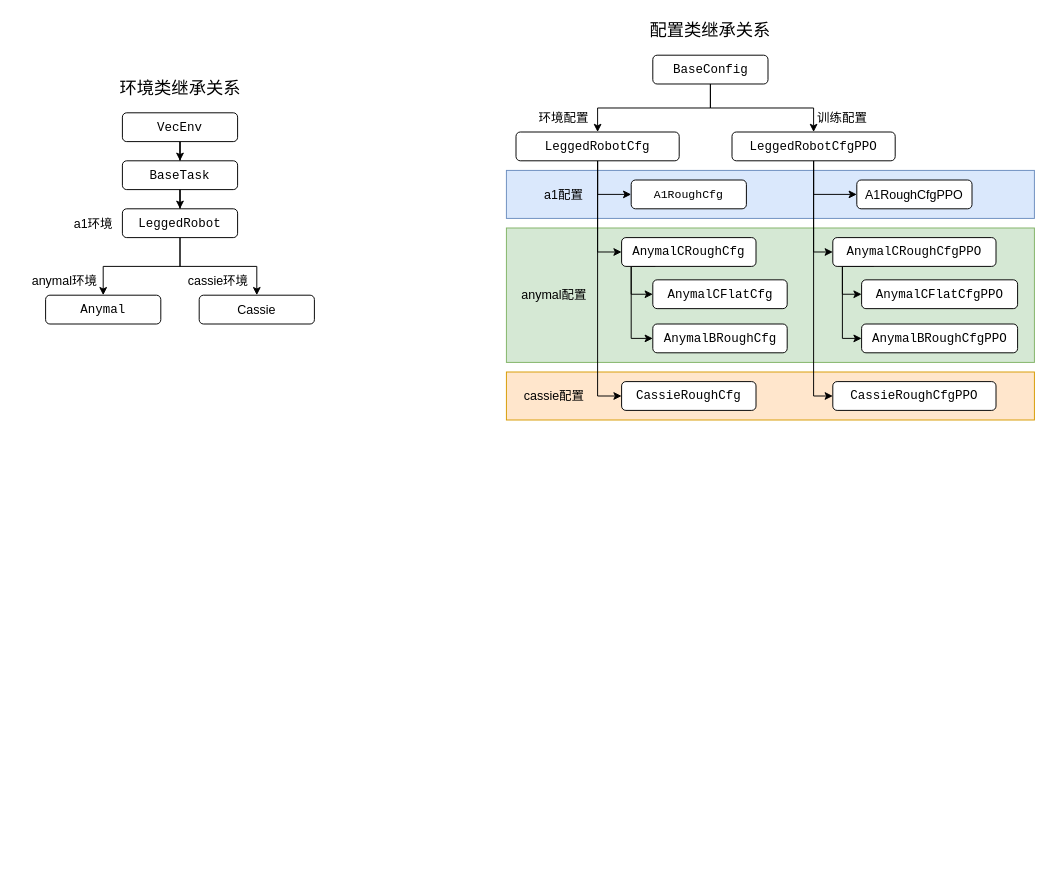
This is legged_gym.drawio from ChenZheng29/mm_legged_gym, a draw.io file, before an edit. Source tidied: cells renumbered, new cells numbered last; positions are measured from the earlier drawing's top-left corner, leaving out a move shared by most shapes. Both pictures are drawn from the tidied source at 96%, with x=0, y=0 at pixel (26, 16).
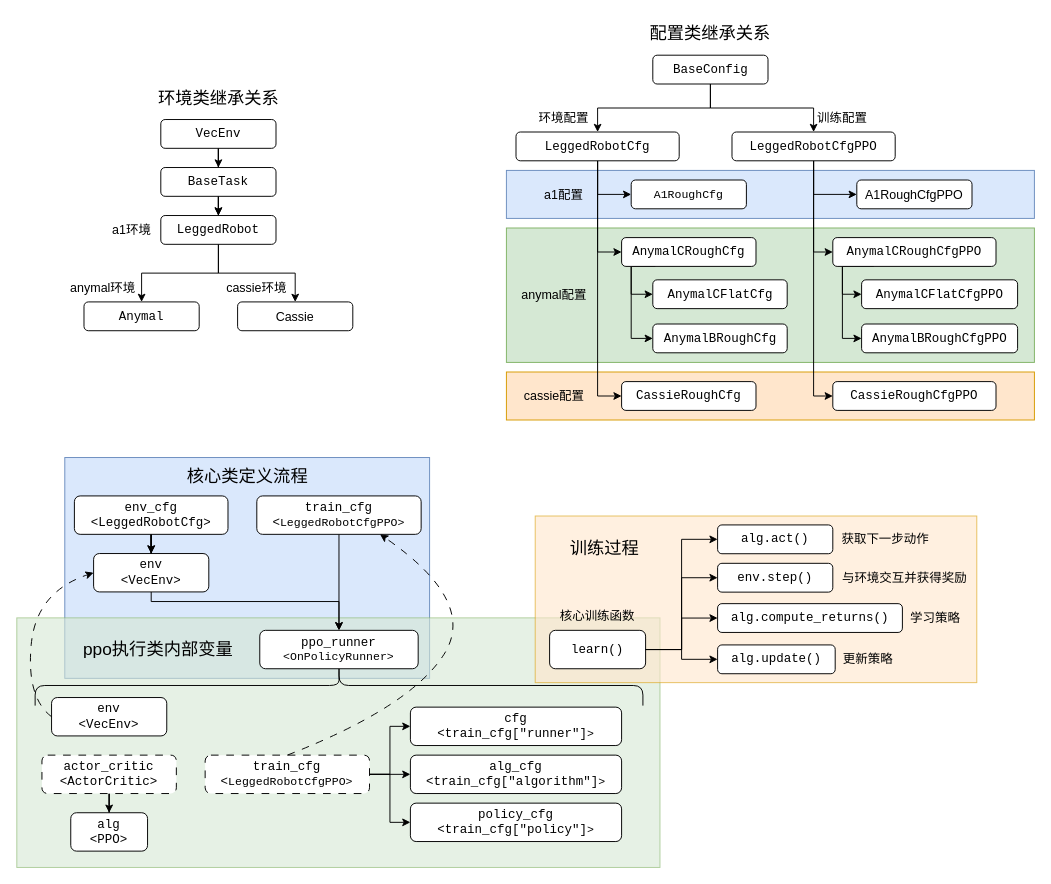
The same diagram, later.

Change to the diagram source:
```diff
@@
+    <mxCell id="49" style="whiteSpace=wrap;html=1;fillColor=#dae8fc;strokeColor=#6c8ebf;" parent="1" vertex="1">
+      <mxGeometry x="40" y="459.1" width="380" height="230" as="geometry" />
+    </mxCell>
+    <mxCell id="50" style="whiteSpace=wrap;html=1;fillColor=#d5e8d4;strokeColor=#82b366;opacity=60;" parent="1" vertex="1">
+      <mxGeometry x="-10" y="626.1" width="670" height="260" as="geometry" />
+    </mxCell>
@@
+    <mxCell id="51" style="edgeStyle=orthogonalEdgeStyle;rounded=0;jettySize=auto;html=1;" parent="1" edge="1" source="6" target="11">
+      <mxGeometry relative="1" as="geometry" />
+    </mxCell>
     <mxCell id="6" value="&lt;div&gt;&lt;pre style=&quot;font-family: &amp;quot;JetBrains Mono&amp;quot;, monospace;&quot;&gt;&lt;font style=&quot;color: rgb(0, 0, 0); font-size: 13px;&quot;&gt;VecEnv&lt;/font&gt;&lt;/pre&gt;&lt;/div&gt;" style="rounded=1;whiteSpace=wrap;html=1;" parent="1" vertex="1">
-      <mxGeometry x="100" y="100" width="120" height="30" as="geometry" />
+      <mxGeometry x="140" y="107" width="120" height="30" as="geometry" />
     </mxCell>
@@
     <mxCell id="8" value="&lt;div&gt;&lt;pre style=&quot;font-family: &amp;quot;JetBrains Mono&amp;quot;, monospace; font-size: 9.8pt;&quot;&gt;&lt;span&gt;&lt;font style=&quot;color: rgb(0, 0, 0);&quot;&gt;BaseTask&lt;/font&gt;&lt;/span&gt;&lt;/pre&gt;&lt;/div&gt;" style="whiteSpace=wrap;html=1;rounded=1;" parent="1" vertex="1">
-      <mxGeometry x="100" y="150" width="120" height="30" as="geometry" />
+      <mxGeometry x="140" y="157" width="120" height="30" as="geometry" />
     </mxCell>
@@
     <mxCell id="11" value="&lt;div style=&quot;&quot;&gt;&lt;pre style=&quot;font-family: &amp;quot;JetBrains Mono&amp;quot;, monospace;&quot;&gt;&lt;font style=&quot;color: rgb(0, 0, 0); font-size: 13px;&quot;&gt;LeggedRobot&lt;/font&gt;&lt;/pre&gt;&lt;/div&gt;" style="whiteSpace=wrap;html=1;rounded=1;" parent="1" vertex="1">
-      <mxGeometry x="100" y="200" width="120" height="30" as="geometry" />
+      <mxGeometry x="140" y="207" width="120" height="30" as="geometry" />
     </mxCell>
     <mxCell id="12" value="&lt;font style=&quot;font-size: 18px;&quot;&gt;环境类继承关系&lt;/font&gt;" style="text;strokeColor=none;align=center;fillColor=none;html=1;verticalAlign=middle;whiteSpace=wrap;rounded=0;" parent="1" vertex="1">
-      <mxGeometry x="92.5" y="60" width="135" height="30" as="geometry" />
+      <mxGeometry x="132.5" y="70" width="135" height="30" as="geometry" />
     </mxCell>
     <mxCell id="13" value="&lt;font style=&quot;font-size: 13px;&quot;&gt;a1环境&lt;/font&gt;" style="text;strokeColor=none;align=center;fillColor=none;html=1;verticalAlign=middle;whiteSpace=wrap;rounded=0;" parent="1" vertex="1">
-      <mxGeometry x="40" y="200" width="60" height="30" as="geometry" />
+      <mxGeometry x="80" y="207" width="60" height="30" as="geometry" />
     </mxCell>
     <mxCell id="14" value="&lt;div style=&quot;&quot;&gt;&lt;pre style=&quot;font-family: &amp;quot;JetBrains Mono&amp;quot;, monospace;&quot;&gt;&lt;font style=&quot;color: rgb(0, 0, 0); font-size: 13px;&quot;&gt;Anymal&lt;/font&gt;&lt;/pre&gt;&lt;/div&gt;" style="whiteSpace=wrap;html=1;rounded=1;" parent="1" vertex="1">
-      <mxGeometry x="20" y="290" width="120" height="30" as="geometry" />
+      <mxGeometry x="60" y="297" width="120" height="30" as="geometry" />
     </mxCell>
     <mxCell id="15" value="&lt;font style=&quot;font-size: 13px;&quot;&gt;anymal环境&lt;/font&gt;" style="text;strokeColor=none;align=center;fillColor=none;html=1;verticalAlign=middle;whiteSpace=wrap;rounded=0;" parent="1" vertex="1">
-      <mxGeometry y="260" width="80" height="30" as="geometry" />
+      <mxGeometry x="40" y="267" width="80" height="30" as="geometry" />
     </mxCell>
     <mxCell id="16" value="&lt;font style=&quot;font-size: 13px;&quot;&gt;Cassie&lt;/font&gt;" style="whiteSpace=wrap;html=1;rounded=1;" parent="1" vertex="1">
-      <mxGeometry x="180" y="290" width="120" height="30" as="geometry" />
+      <mxGeometry x="220" y="297" width="120" height="30" as="geometry" />
     </mxCell>
     <mxCell id="17" value="&lt;font style=&quot;font-size: 13px;&quot;&gt;cassie环境&lt;/font&gt;" style="text;strokeColor=none;align=center;fillColor=none;html=1;verticalAlign=middle;whiteSpace=wrap;rounded=0;" parent="1" vertex="1">
-      <mxGeometry x="160" y="260" width="80" height="30" as="geometry" />
+      <mxGeometry x="200" y="267" width="80" height="30" as="geometry" />
     </mxCell>
@@
     <mxCell id="25" value="&lt;font style=&quot;font-size: 18px;&quot;&gt;配置类继承关系&lt;/font&gt;" style="text;strokeColor=none;align=center;fillColor=none;html=1;verticalAlign=middle;whiteSpace=wrap;rounded=0;" parent="1" vertex="1">
-      <mxGeometry x="645" width="135" height="30" as="geometry" />
+      <mxGeometry x="645" y="3" width="135" height="30" as="geometry" />
     </mxCell>
@@
+    <mxCell id="52" value="&lt;pre style=&quot;font-family: &amp;quot;JetBrains Mono&amp;quot;, monospace;&quot;&gt;&lt;font style=&quot;color: rgb(0, 0, 0);&quot;&gt;&lt;span style=&quot;font-size: 13px;&quot;&gt;ppo_runner&lt;br/&gt;&lt;/span&gt;&lt;/font&gt;&amp;lt;OnPolicyRunner&amp;gt;&lt;/pre&gt;" style="rounded=1;whiteSpace=wrap;html=1;" parent="1" vertex="1">
+      <mxGeometry x="243.1" y="639.1" width="165" height="40" as="geometry" />
+    </mxCell>
+    <mxCell id="53" value="&lt;font style=&quot;font-size: 18px;&quot;&gt;核心类定义流程&lt;/font&gt;" style="text;strokeColor=none;align=center;fillColor=none;html=1;verticalAlign=middle;whiteSpace=wrap;rounded=0;" parent="1" vertex="1">
+      <mxGeometry x="162.5" y="464.1" width="135" height="30" as="geometry" />
+    </mxCell>
+    <mxCell id="54" style="edgeStyle=orthogonalEdgeStyle;rounded=0;jettySize=auto;html=1;exitX=0.5;exitY=1;exitDx=0;exitDy=0;entryX=0.5;entryY=0;entryDx=0;entryDy=0;" parent="1" edge="1" source="55" target="52">
+      <mxGeometry relative="1" as="geometry">
+        <Array as="points">
+          <mxPoint x="130" y="609.1" />
+          <mxPoint x="326" y="609.1" />
+        </Array>
+      </mxGeometry>
+    </mxCell>
+    <mxCell id="55" value="&lt;pre style=&quot;font-family: &amp;quot;JetBrains Mono&amp;quot;, monospace;&quot;&gt;&lt;font style=&quot;color: rgb(0, 0, 0); font-size: 13px;&quot;&gt;env&lt;br/&gt;&amp;lt;VecEnv&amp;gt;&lt;/font&gt;&lt;/pre&gt;" style="rounded=1;whiteSpace=wrap;html=1;" parent="1" vertex="1">
+      <mxGeometry x="70" y="559.1" width="120" height="40" as="geometry" />
+    </mxCell>
+    <mxCell id="56" style="edgeStyle=orthogonalEdgeStyle;rounded=0;jettySize=auto;html=1;exitX=0.5;exitY=1;exitDx=0;exitDy=0;" parent="1" edge="1" source="57" target="52">
+      <mxGeometry relative="1" as="geometry" />
+    </mxCell>
+    <mxCell id="57" value="&lt;pre style=&quot;font-family: &amp;quot;JetBrains Mono&amp;quot;, monospace;&quot;&gt;&lt;font style=&quot;color: rgb(0, 0, 0); font-size: 13px;&quot;&gt;train_cfg&lt;br/&gt;&amp;lt;&lt;/font&gt;LeggedRobotCfgPPO&amp;gt;&lt;/pre&gt;" style="rounded=1;whiteSpace=wrap;html=1;" parent="1" vertex="1">
+      <mxGeometry x="240" y="499.1" width="171.2" height="40" as="geometry" />
+    </mxCell>
+    <mxCell id="58" style="edgeStyle=orthogonalEdgeStyle;rounded=0;jettySize=auto;html=1;" parent="1" edge="1" source="60" target="55">
+      <mxGeometry relative="1" as="geometry" />
+    </mxCell>
+    <mxCell id="59" style="edgeStyle=orthogonalEdgeStyle;rounded=0;jettySize=auto;html=1;" parent="1" edge="1" source="60" target="55">
+      <mxGeometry relative="1" as="geometry" />
+    </mxCell>
+    <mxCell id="60" value="&lt;pre style=&quot;font-family: &amp;quot;JetBrains Mono&amp;quot;, monospace;&quot;&gt;&lt;font style=&quot;color: rgb(0, 0, 0); font-size: 13px;&quot;&gt;env_cfg&lt;br&gt;&amp;lt;LeggedRobotCfg&amp;gt;&lt;/font&gt;&lt;/pre&gt;" style="rounded=1;whiteSpace=wrap;html=1;" parent="1" vertex="1">
+      <mxGeometry x="50" y="499.1" width="160" height="40" as="geometry" />
+    </mxCell>
+    <mxCell id="61" style="shape=curlyBracket;whiteSpace=wrap;html=1;rounded=1;labelPosition=left;verticalLabelPosition=middle;align=right;verticalAlign=middle;rotation=90;size=0.5;" parent="1" vertex="1">
+      <mxGeometry x="304.7" y="380" width="41.9" height="633.1" as="geometry" />
+    </mxCell>
+    <mxCell id="62" style="edgeStyle=orthogonalEdgeStyle;rounded=0;jettySize=auto;html=1;exitX=0.5;exitY=1;exitDx=0;exitDy=0;" parent="1" edge="1" source="63" target="64">
+      <mxGeometry relative="1" as="geometry" />
+    </mxCell>
+    <mxCell id="63" value="&lt;pre style=&quot;font-family: &amp;quot;JetBrains Mono&amp;quot;, monospace;&quot;&gt;&lt;font style=&quot;color: rgb(0, 0, 0); font-size: 13px;&quot;&gt;actor_critic&lt;br&gt;&amp;lt;ActorCritic&amp;gt;&lt;/font&gt;&lt;/pre&gt;" style="rounded=1;whiteSpace=wrap;html=1;dashed=1;dashPattern=8 8;" parent="1" vertex="1">
+      <mxGeometry x="16.2" y="769.1" width="140" height="40" as="geometry" />
+    </mxCell>
+    <mxCell id="64" value="&lt;pre style=&quot;font-family: &amp;quot;JetBrains Mono&amp;quot;, monospace;&quot;&gt;&lt;font style=&quot;color: rgb(0, 0, 0); font-size: 13px;&quot;&gt;alg&lt;br&gt;&amp;lt;PPO&amp;gt;&lt;/font&gt;&lt;/pre&gt;" style="rounded=1;whiteSpace=wrap;html=1;" parent="1" vertex="1">
+      <mxGeometry x="46.2" y="829.1" width="80" height="40" as="geometry" />
+    </mxCell>
+    <mxCell id="65" value="&lt;pre style=&quot;font-family: &amp;quot;JetBrains Mono&amp;quot;, monospace;&quot;&gt;&lt;font style=&quot;color: rgb(0, 0, 0); font-size: 13px;&quot;&gt;env&lt;br/&gt;&amp;lt;VecEnv&amp;gt;&lt;/font&gt;&lt;/pre&gt;" style="rounded=1;whiteSpace=wrap;html=1;" parent="1" vertex="1">
+      <mxGeometry x="26.2" y="709.1" width="120" height="40" as="geometry" />
+    </mxCell>
+    <mxCell id="66" style="edgeStyle=orthogonalEdgeStyle;rounded=0;jettySize=auto;html=1;entryX=0;entryY=0.5;entryDx=0;entryDy=0;" parent="1" edge="1" source="69" target="72">
+      <mxGeometry relative="1" as="geometry" />
+    </mxCell>
+    <mxCell id="67" style="edgeStyle=orthogonalEdgeStyle;rounded=0;jettySize=auto;html=1;exitX=1;exitY=0.5;exitDx=0;exitDy=0;entryX=0;entryY=0.5;entryDx=0;entryDy=0;" parent="1" edge="1" source="69" target="73">
+      <mxGeometry relative="1" as="geometry" />
+    </mxCell>
+    <mxCell id="68" style="edgeStyle=orthogonalEdgeStyle;rounded=0;jettySize=auto;html=1;exitX=1;exitY=0.5;exitDx=0;exitDy=0;entryX=0;entryY=0.5;entryDx=0;entryDy=0;" parent="1" edge="1" source="69" target="74">
+      <mxGeometry relative="1" as="geometry" />
+    </mxCell>
+    <mxCell id="69" value="&lt;pre style=&quot;font-family: &amp;quot;JetBrains Mono&amp;quot;, monospace;&quot;&gt;&lt;font style=&quot;color: rgb(0, 0, 0); font-size: 13px;&quot;&gt;train_cfg&lt;br/&gt;&amp;lt;&lt;/font&gt;LeggedRobotCfgPPO&amp;gt;&lt;/pre&gt;" style="rounded=1;whiteSpace=wrap;html=1;shadow=0;fillStyle=auto;glass=0;dashed=1;dashPattern=8 8;" parent="1" vertex="1">
+      <mxGeometry x="186.2" y="769.1" width="171.2" height="40" as="geometry" />
+    </mxCell>
+    <mxCell id="70" style="curved=1;endArrow=classic;html=1;rounded=0;exitX=0.5;exitY=0;exitDx=0;exitDy=0;entryX=0.75;entryY=1;entryDx=0;entryDy=0;shadow=0;flowAnimation=0;dashed=1;dashPattern=8 8;" parent="1" edge="1" source="69" target="57">
+      <mxGeometry relative="1" as="geometry">
+        <Array as="points">
+          <mxPoint x="400" y="719.1" />
+          <mxPoint x="470" y="609.1" />
+        </Array>
+      </mxGeometry>
+    </mxCell>
+    <mxCell id="71" style="curved=1;endArrow=classic;html=1;rounded=0;exitX=0;exitY=0.5;exitDx=0;exitDy=0;entryX=0;entryY=0.5;entryDx=0;entryDy=0;shadow=0;flowAnimation=0;dashed=1;dashPattern=8 8;" parent="1" edge="1" source="65" target="55">
+      <mxGeometry relative="1" as="geometry">
+        <Array as="points">
+          <mxPoint y="709.1" />
+          <mxPoint x="10" y="599.1" />
+        </Array>
+      </mxGeometry>
+    </mxCell>
+    <mxCell id="72" value="&lt;pre style=&quot;font-family: &amp;quot;JetBrains Mono&amp;quot;, monospace;&quot;&gt;&lt;font style=&quot;color: rgb(0, 0, 0); font-size: 13px;&quot;&gt;alg_cfg&lt;br&gt;&amp;lt;train_cfg[&quot;algorithm&quot;]&lt;/font&gt;&amp;gt;&lt;/pre&gt;" style="rounded=1;whiteSpace=wrap;html=1;" parent="1" vertex="1">
+      <mxGeometry x="400" y="769.1" width="220" height="40" as="geometry" />
+    </mxCell>
+    <mxCell id="73" value="&lt;pre style=&quot;font-family: &amp;quot;JetBrains Mono&amp;quot;, monospace;&quot;&gt;&lt;font style=&quot;color: rgb(0, 0, 0); font-size: 13px;&quot;&gt;policy_cfg&lt;br&gt;&amp;lt;train_cfg[&quot;policy&quot;]&lt;/font&gt;&amp;gt;&lt;/pre&gt;" style="rounded=1;whiteSpace=wrap;html=1;" parent="1" vertex="1">
+      <mxGeometry x="400" y="819.1" width="220" height="40" as="geometry" />
+    </mxCell>
+    <mxCell id="74" value="&lt;pre style=&quot;font-family: &amp;quot;JetBrains Mono&amp;quot;, monospace;&quot;&gt;&lt;font style=&quot;color: rgb(0, 0, 0); font-size: 13px;&quot;&gt;cfg&lt;br&gt;&amp;lt;train_cfg[&quot;runner&quot;]&lt;/font&gt;&amp;gt;&lt;/pre&gt;" style="rounded=1;whiteSpace=wrap;html=1;" parent="1" vertex="1">
+      <mxGeometry x="400" y="719.1" width="220" height="40" as="geometry" />
+    </mxCell>
+    <mxCell id="75" value="&lt;span style=&quot;font-size: 18px;&quot;&gt;ppo执行类内部变量&lt;/span&gt;" style="text;strokeColor=none;align=center;fillColor=none;html=1;verticalAlign=middle;whiteSpace=wrap;rounded=0;" parent="1" vertex="1">
+      <mxGeometry x="55" y="644.1" width="165" height="30" as="geometry" />
+    </mxCell>
+    <mxCell id="76" style="whiteSpace=wrap;html=1;fillColor=#ffe6cc;strokeColor=#d79b00;opacity=60;" parent="1" vertex="1">
+      <mxGeometry x="530" y="520" width="460" height="173.6" as="geometry" />
+    </mxCell>
+    <mxCell id="77" value="&lt;pre style=&quot;font-family: &amp;quot;JetBrains Mono&amp;quot;, monospace;&quot;&gt;&lt;span style=&quot;font-size: 13px;&quot;&gt;learn()&lt;/span&gt;&lt;/pre&gt;" style="rounded=1;whiteSpace=wrap;html=1;" parent="1" vertex="1">
+      <mxGeometry x="545" y="639.1" width="100" height="40" as="geometry" />
+    </mxCell>
+    <mxCell id="78" style="edgeStyle=orthogonalEdgeStyle;rounded=0;jettySize=auto;html=1;entryX=0;entryY=0.5;entryDx=0;entryDy=0;exitX=1;exitY=0.5;exitDx=0;exitDy=0;" parent="1" edge="1" source="77" target="82">
+      <mxGeometry relative="1" as="geometry" />
+    </mxCell>
+    <mxCell id="79" style="edgeStyle=orthogonalEdgeStyle;rounded=0;jettySize=auto;html=1;entryX=0;entryY=0.5;entryDx=0;entryDy=0;exitX=1;exitY=0.5;exitDx=0;exitDy=0;" parent="1" edge="1" source="77" target="83">
+      <mxGeometry relative="1" as="geometry" />
+    </mxCell>
+    <mxCell id="80" style="edgeStyle=orthogonalEdgeStyle;rounded=0;jettySize=auto;html=1;entryX=0;entryY=0.5;entryDx=0;entryDy=0;exitX=1;exitY=0.5;exitDx=0;exitDy=0;" parent="1" edge="1" source="77" target="84">
+      <mxGeometry relative="1" as="geometry" />
+    </mxCell>
+    <mxCell id="81" style="edgeStyle=orthogonalEdgeStyle;rounded=0;jettySize=auto;html=1;exitX=1;exitY=0.5;exitDx=0;exitDy=0;entryX=0;entryY=0.5;entryDx=0;entryDy=0;" parent="1" edge="1" source="77" target="85">
+      <mxGeometry relative="1" as="geometry" />
+    </mxCell>
+    <mxCell id="82" value="&lt;div&gt;&lt;pre style=&quot;font-family: &amp;quot;JetBrains Mono&amp;quot;, monospace;&quot;&gt;&lt;font style=&quot;color: rgb(0, 0, 0); font-size: 13px;&quot;&gt;alg.act()&lt;/font&gt;&lt;/pre&gt;&lt;/div&gt;" style="rounded=1;whiteSpace=wrap;html=1;" parent="1" vertex="1">
+      <mxGeometry x="720" y="529.3" width="120" height="30" as="geometry" />
+    </mxCell>
+    <mxCell id="83" value="&lt;div&gt;&lt;pre style=&quot;font-family: &amp;quot;JetBrains Mono&amp;quot;, monospace;&quot;&gt;&lt;font style=&quot;color: rgb(0, 0, 0); font-size: 13px;&quot;&gt;env.step()&lt;/font&gt;&lt;/pre&gt;&lt;/div&gt;" style="rounded=1;whiteSpace=wrap;html=1;" parent="1" vertex="1">
+      <mxGeometry x="720" y="569.3" width="120" height="30" as="geometry" />
+    </mxCell>
+    <mxCell id="84" value="&lt;div&gt;&lt;pre style=&quot;font-family: &amp;quot;JetBrains Mono&amp;quot;, monospace;&quot;&gt;&lt;font style=&quot;color: rgb(0, 0, 0); font-size: 13px;&quot;&gt;alg.compute_returns()&lt;/font&gt;&lt;/pre&gt;&lt;/div&gt;" style="rounded=1;whiteSpace=wrap;html=1;" parent="1" vertex="1">
+      <mxGeometry x="720" y="611.3" width="192.5" height="30" as="geometry" />
+    </mxCell>
+    <mxCell id="85" value="&lt;div&gt;&lt;pre style=&quot;font-family: &amp;quot;JetBrains Mono&amp;quot;, monospace;&quot;&gt;&lt;font style=&quot;color: rgb(0, 0, 0); font-size: 13px;&quot;&gt;alg.update()&lt;/font&gt;&lt;/pre&gt;&lt;/div&gt;" style="rounded=1;whiteSpace=wrap;html=1;" parent="1" vertex="1">
+      <mxGeometry x="720" y="654.3" width="122.5" height="30" as="geometry" />
+    </mxCell>
+    <mxCell id="86" value="&lt;span style=&quot;font-size: 13px;&quot;&gt;获取下一步动作&lt;/span&gt;" style="text;strokeColor=none;align=center;fillColor=none;html=1;verticalAlign=middle;whiteSpace=wrap;rounded=0;" parent="1" vertex="1">
+      <mxGeometry x="840" y="529.1" width="110" height="30" as="geometry" />
+    </mxCell>
+    <mxCell id="87" value="&lt;span style=&quot;font-size: 13px;&quot;&gt;与环境交互并获得奖励&lt;/span&gt;" style="text;strokeColor=none;align=center;fillColor=none;html=1;verticalAlign=middle;whiteSpace=wrap;rounded=0;" parent="1" vertex="1">
+      <mxGeometry x="840" y="569.1" width="150" height="30" as="geometry" />
+    </mxCell>
+    <mxCell id="88" value="&lt;span style=&quot;font-size: 13px;&quot;&gt;学习策略&lt;/span&gt;" style="text;strokeColor=none;align=center;fillColor=none;html=1;verticalAlign=middle;whiteSpace=wrap;rounded=0;" parent="1" vertex="1">
+      <mxGeometry x="912.5" y="611.3" width="67.5" height="30" as="geometry" />
+    </mxCell>
+    <mxCell id="89" value="&lt;span style=&quot;font-size: 13px;&quot;&gt;更新策略&lt;/span&gt;" style="text;strokeColor=none;align=center;fillColor=none;html=1;verticalAlign=middle;whiteSpace=wrap;rounded=0;" parent="1" vertex="1">
+      <mxGeometry x="842.5" y="654.3" width="67.5" height="30" as="geometry" />
+    </mxCell>
+    <mxCell id="90" value="&lt;span style=&quot;font-size: 13px;&quot;&gt;核心训练函数&lt;/span&gt;" style="text;strokeColor=none;align=center;fillColor=none;html=1;verticalAlign=middle;whiteSpace=wrap;rounded=0;" parent="1" vertex="1">
+      <mxGeometry x="553.1" y="609.1" width="83.8" height="30" as="geometry" />
+    </mxCell>
+    <mxCell id="91" value="&lt;span style=&quot;font-size: 18px;&quot;&gt;训练过程&lt;/span&gt;" style="text;strokeColor=none;align=center;fillColor=none;html=1;verticalAlign=middle;whiteSpace=wrap;rounded=0;" parent="1" vertex="1">
+      <mxGeometry x="545" y="539.1" width="115" height="30" as="geometry" />
+    </mxCell>
```
